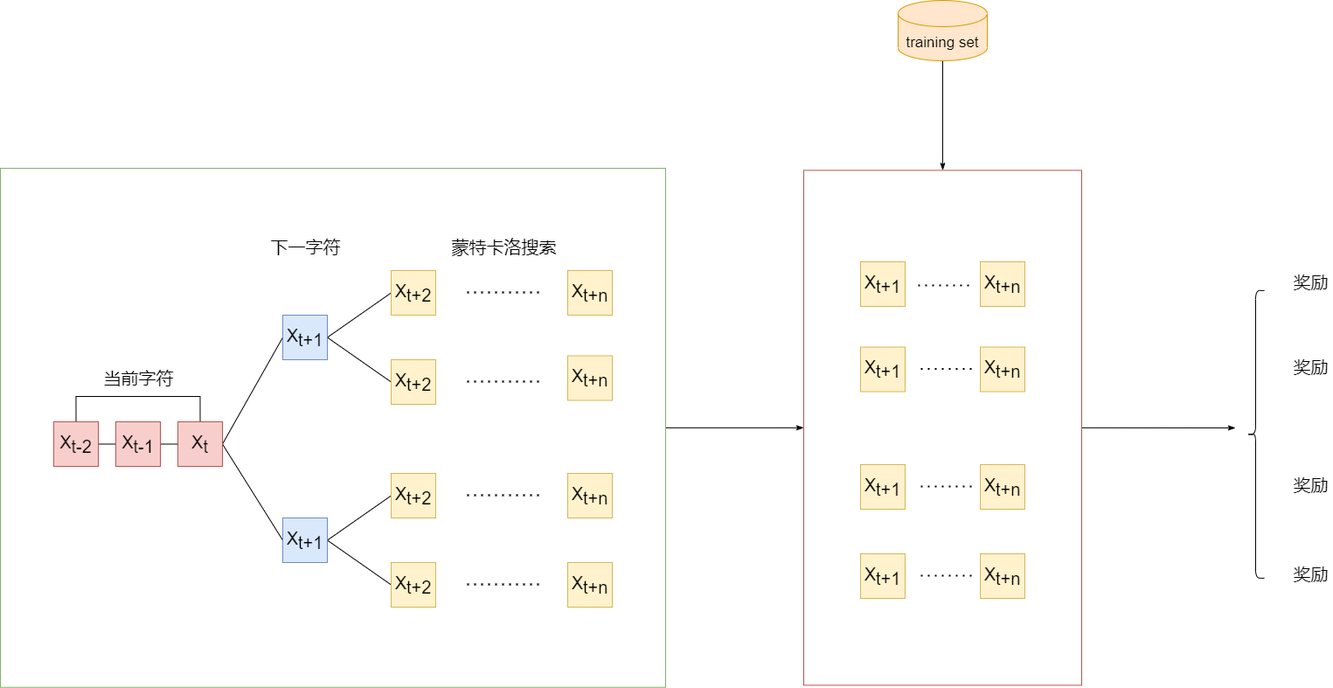
Before: seqgan.drawio.png, a diagram exported from draw.io (lakomi/pictures). Source tidied: cells renumbered, new cells last; positions are measured from the earlier drawing's top-left corner, leaving out a move shared by most shapes.
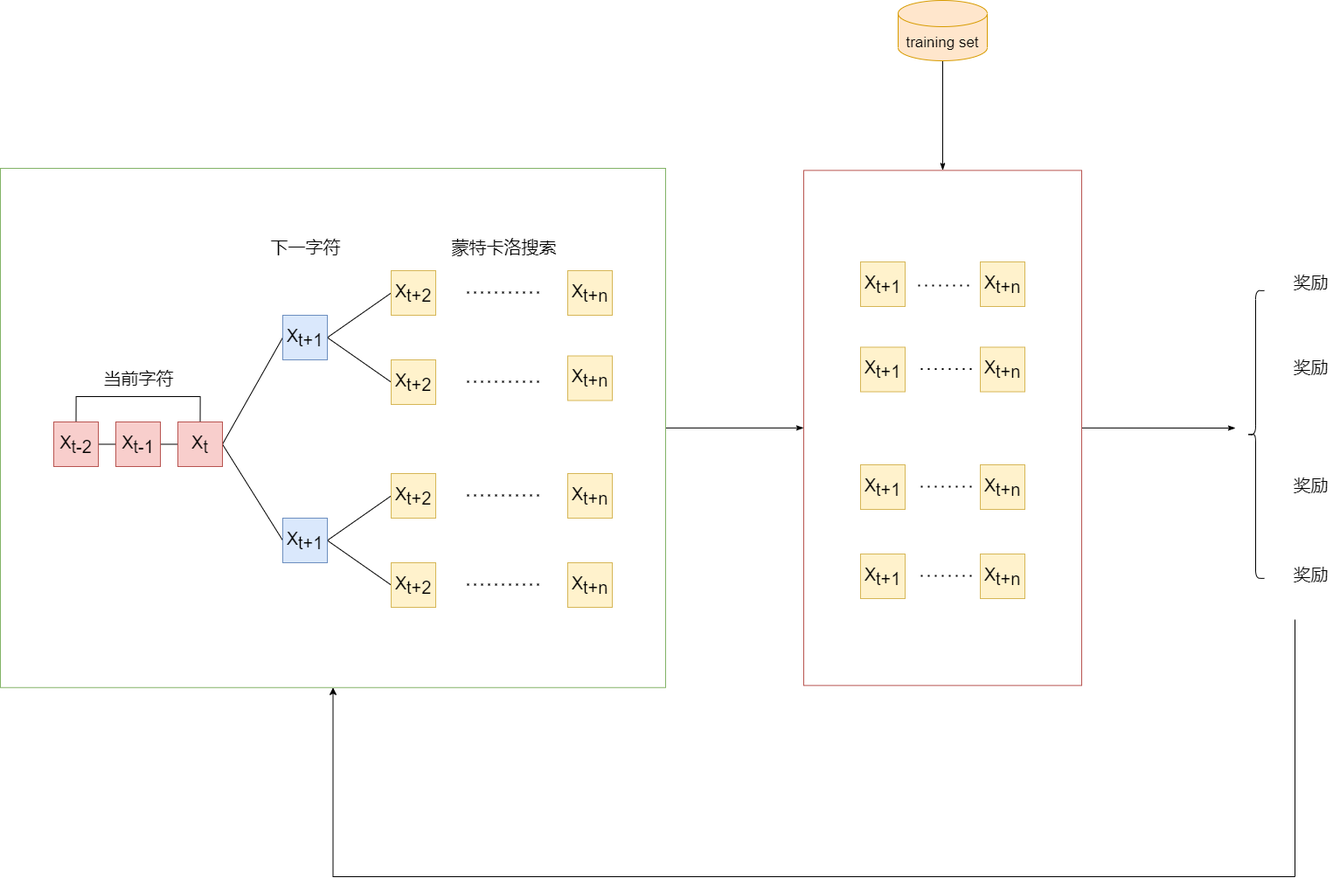
After the commit.

Diff of the diagram source:
```diff
@@ -219,5 +219,17 @@
     <mxCell id="55" style="shape=curlyBracket;whiteSpace=wrap;html=1;rounded=1;fontSize=20;" parent="1" vertex="1">
       <mxGeometry x="1426" y="331.9" width="20" height="329" as="geometry" />
     </mxCell>
+    <mxCell id="56" style="edgeStyle=elbowEdgeStyle;elbow=vertical;endArrow=classic;html=1;rounded=0;fontSize=20;" parent="1" edge="1" target="5">
+      <mxGeometry relative="1" as="geometry">
+        <mxPoint x="1481" y="708" as="sourcePoint" />
+        <Array as="points">
+          <mxPoint x="895" y="1002" />
+          <mxPoint x="1521" y="956" />
+        </Array>
+      </mxGeometry>
+    </mxCell>
+    <mxCell id="57" value="&lt;span style=&quot;color: rgba(0 , 0 , 0 , 0) ; font-family: sans-serif ; font-size: 16.1987px ; text-align: left&quot;&gt;Policy Gradient&lt;/span&gt;" style="text;html=1;align=center;verticalAlign=middle;strokeColor=none;fillColor=none;fontSize=20;" parent="1" vertex="1">
+      <mxGeometry x="784" y="950" width="127" height="29" as="geometry" />
+    </mxCell>
   </root>
 </mxGraphModel>
```
